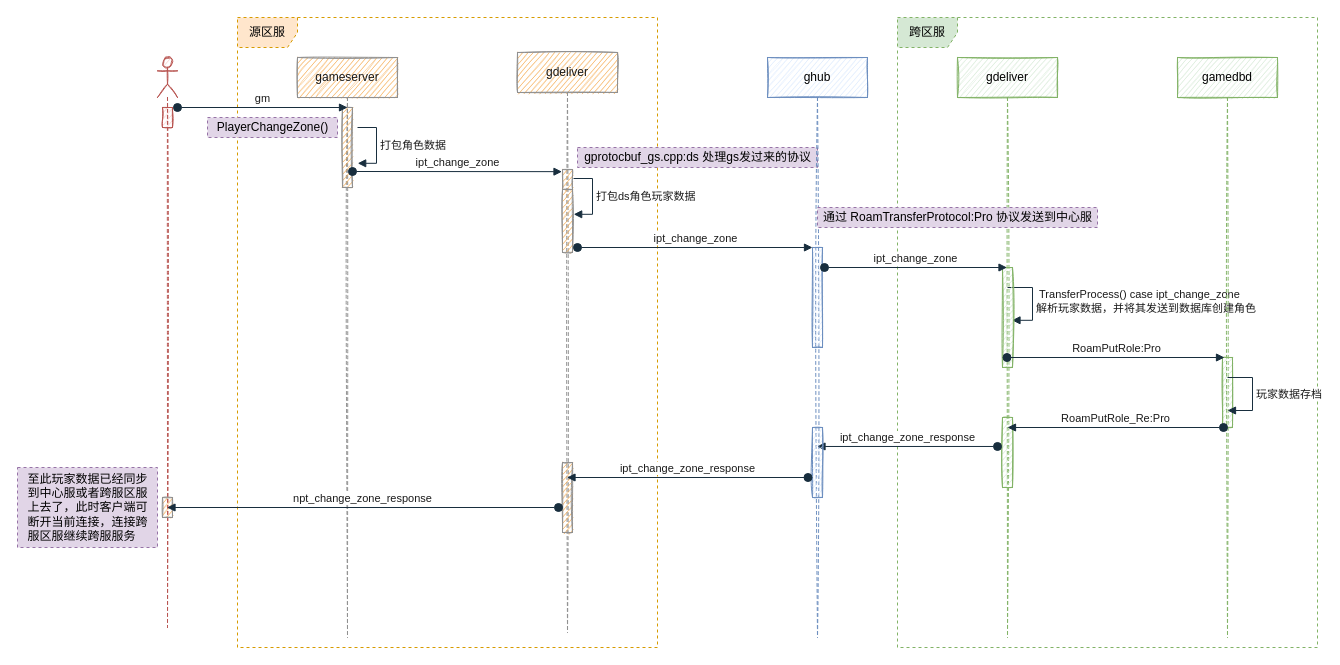
Above: page "跨服流程" (8 of 9) of i-server.drawio in hsoul/lqua (draw.io), before the change. Source tidied: cells renumbered, new cells numbered last; positions are measured from the earlier drawing's top-left corner, leaving out a move shared by most shapes. Both pictures are drawn from the tidied source at 100%, with x=0, y=0 at pixel (17, 17).
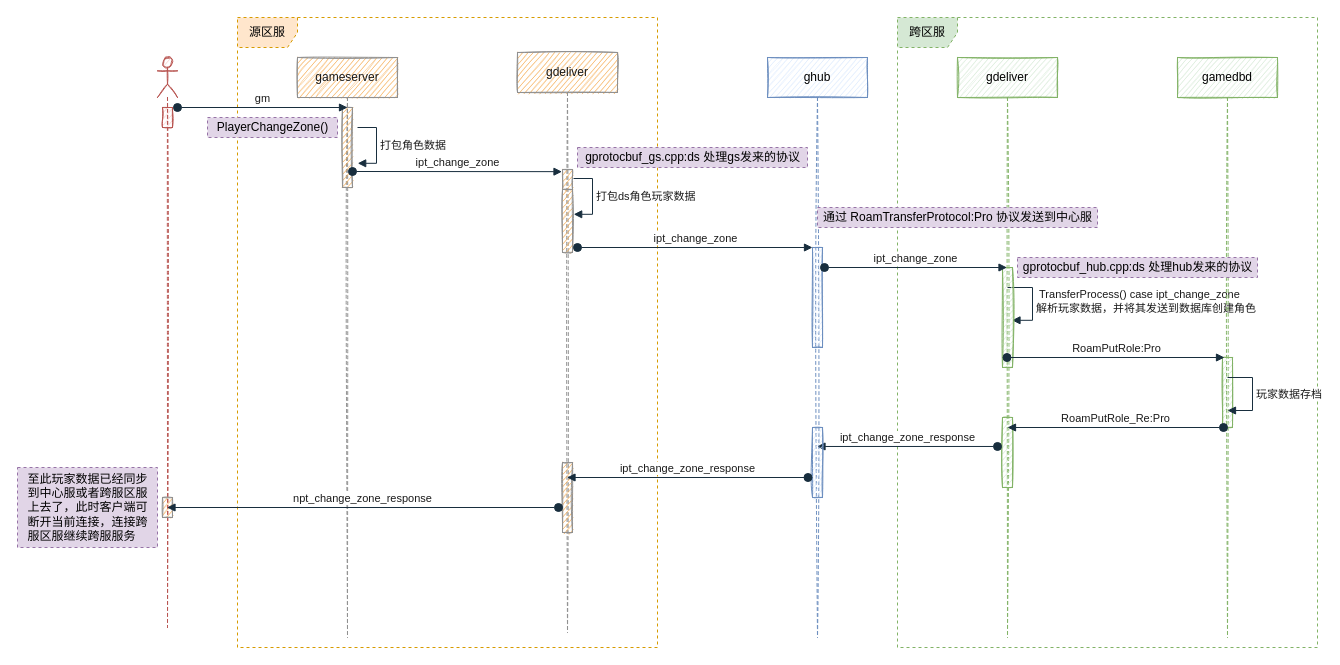
After the change.

Change to the diagram source:
```diff
@@
-    <mxCell id="15" value="gprotocbuf_gs.cpp:ds 处理gs发过来的协议" style="text;html=1;align=center;verticalAlign=middle;fillColor=#e1d5e7;rounded=0;glass=0;sketch=0;dashed=1;strokeColor=#9673a6;" parent="1" vertex="1">
-      <mxGeometry x="560" y="130" width="240" height="20" as="geometry" />
+    <mxCell id="15" value="gprotocbuf_gs.cpp:ds 处理gs发来的协议" style="text;html=1;align=center;verticalAlign=middle;fillColor=#e1d5e7;rounded=0;glass=0;sketch=0;dashed=1;strokeColor=#9673a6;" parent="1" vertex="1">
+      <mxGeometry x="560" y="130" width="230" height="20" as="geometry" />
     </mxCell>
@@
+    <mxCell id="38" value="gprotocbuf_hub.cpp:ds 处理hub发来的协议" style="text;html=1;align=center;verticalAlign=middle;fillColor=#e1d5e7;rounded=0;glass=0;sketch=0;dashed=1;strokeColor=#9673a6;" parent="1" vertex="1">
+      <mxGeometry x="1000" y="240" width="240" height="20" as="geometry" />
+    </mxCell>
```
